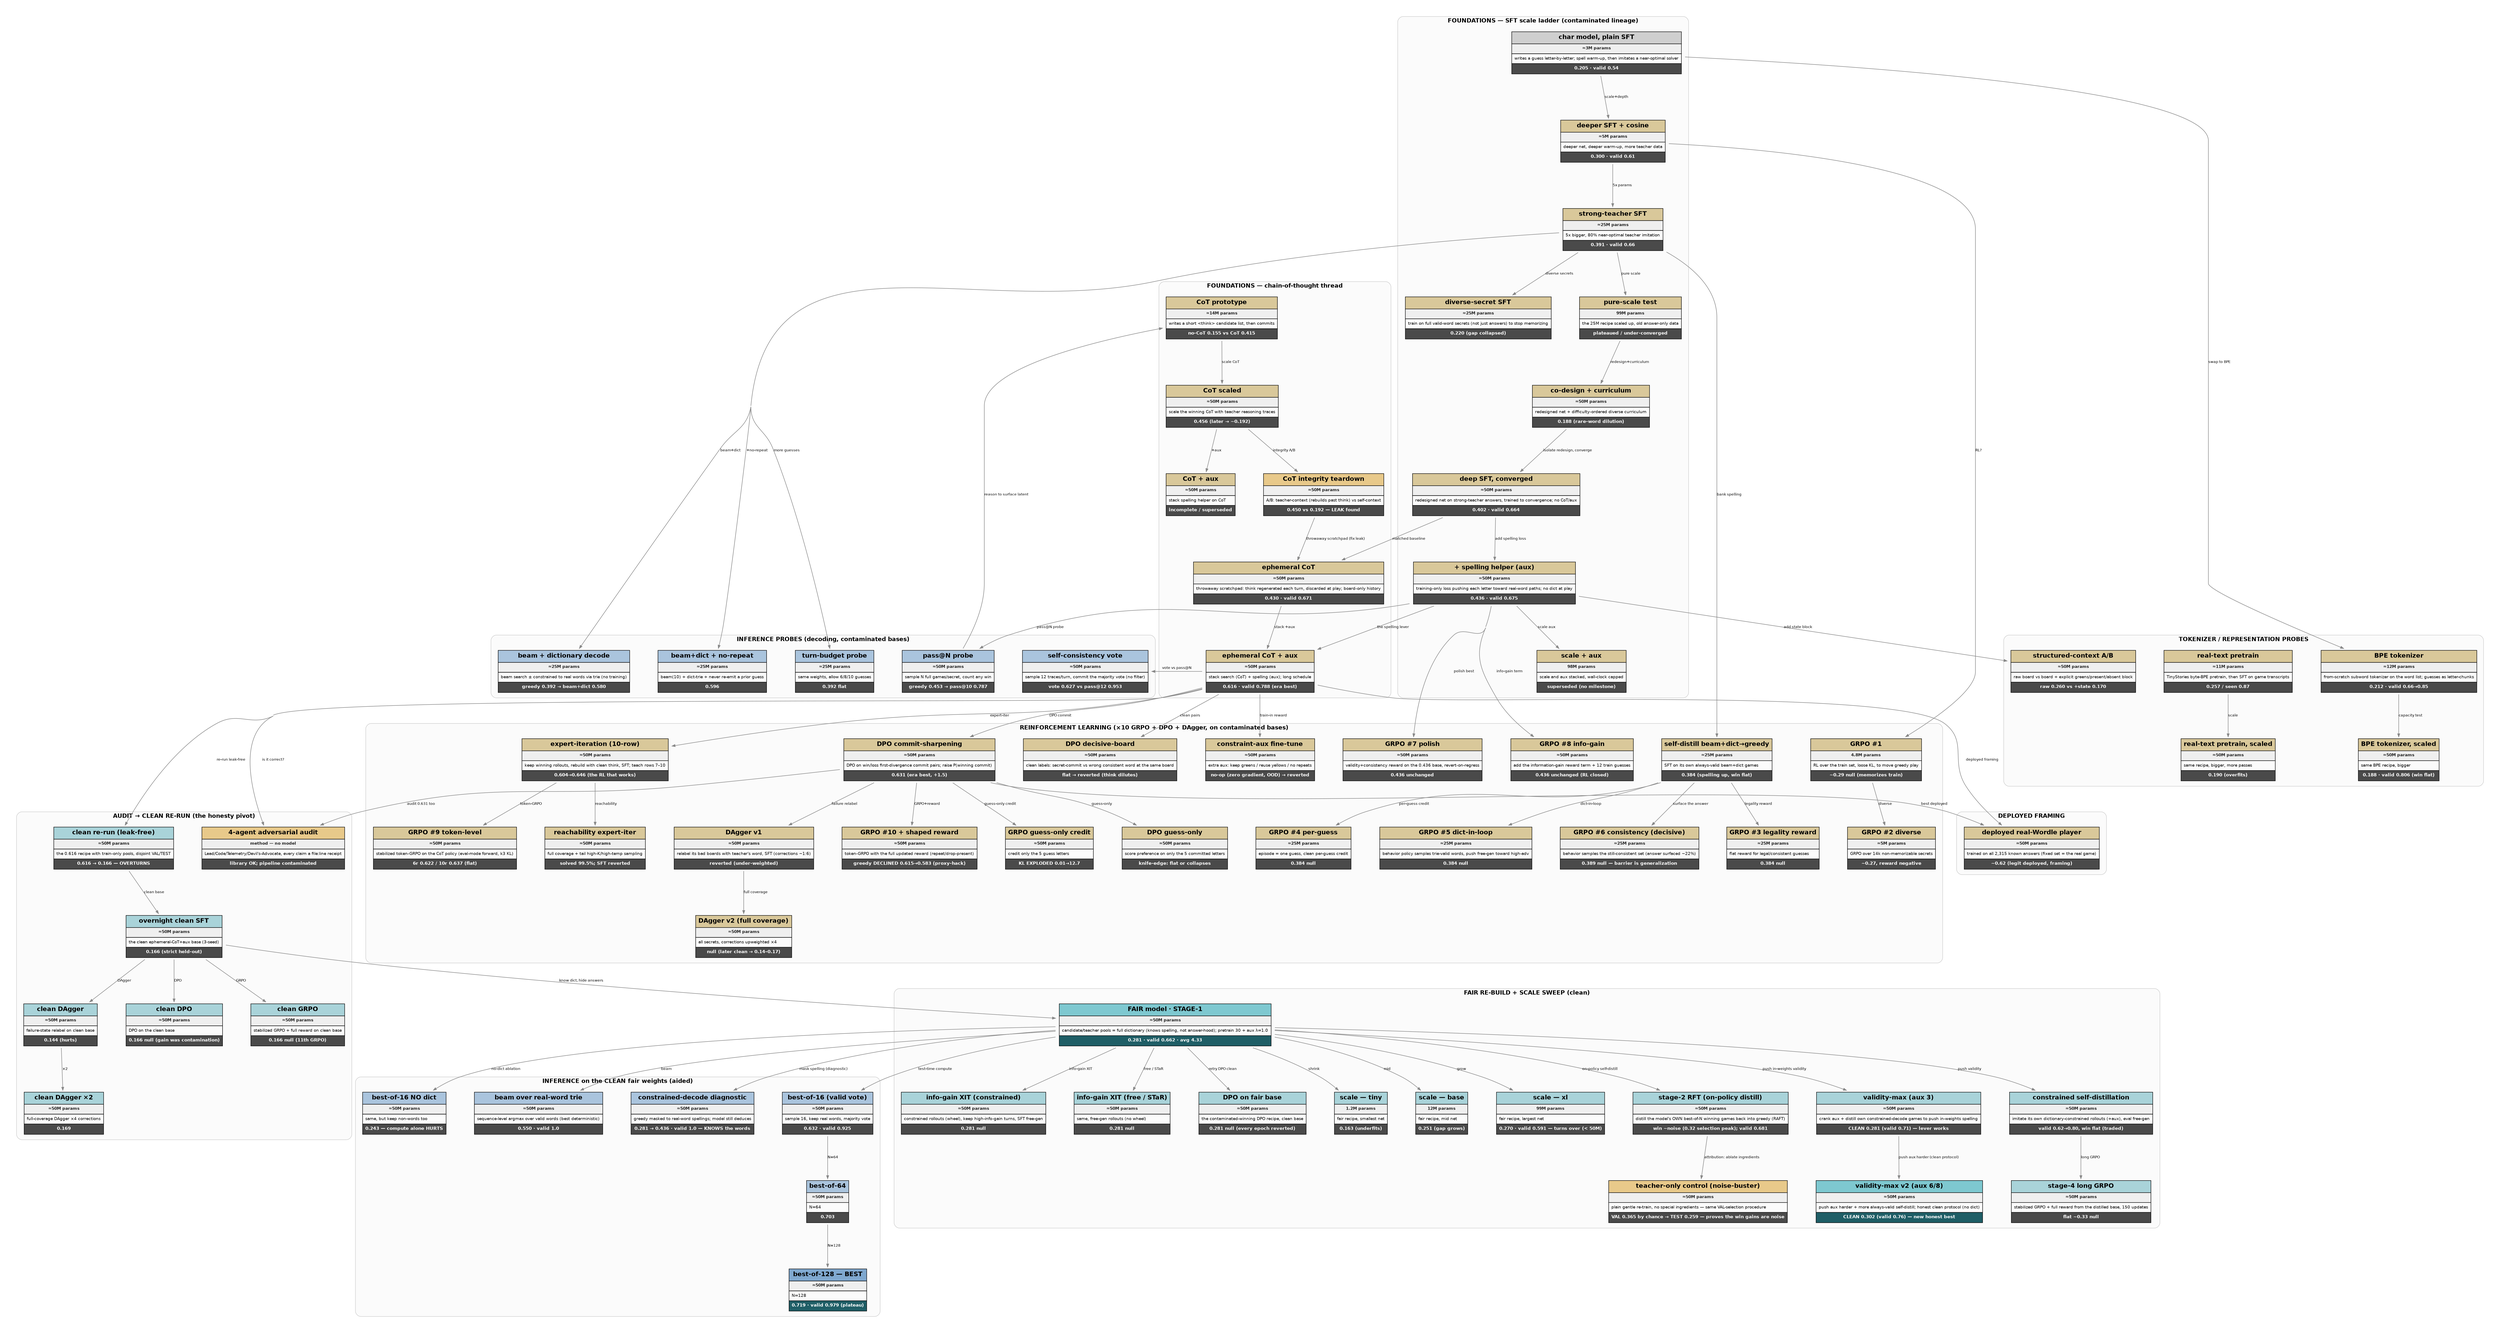
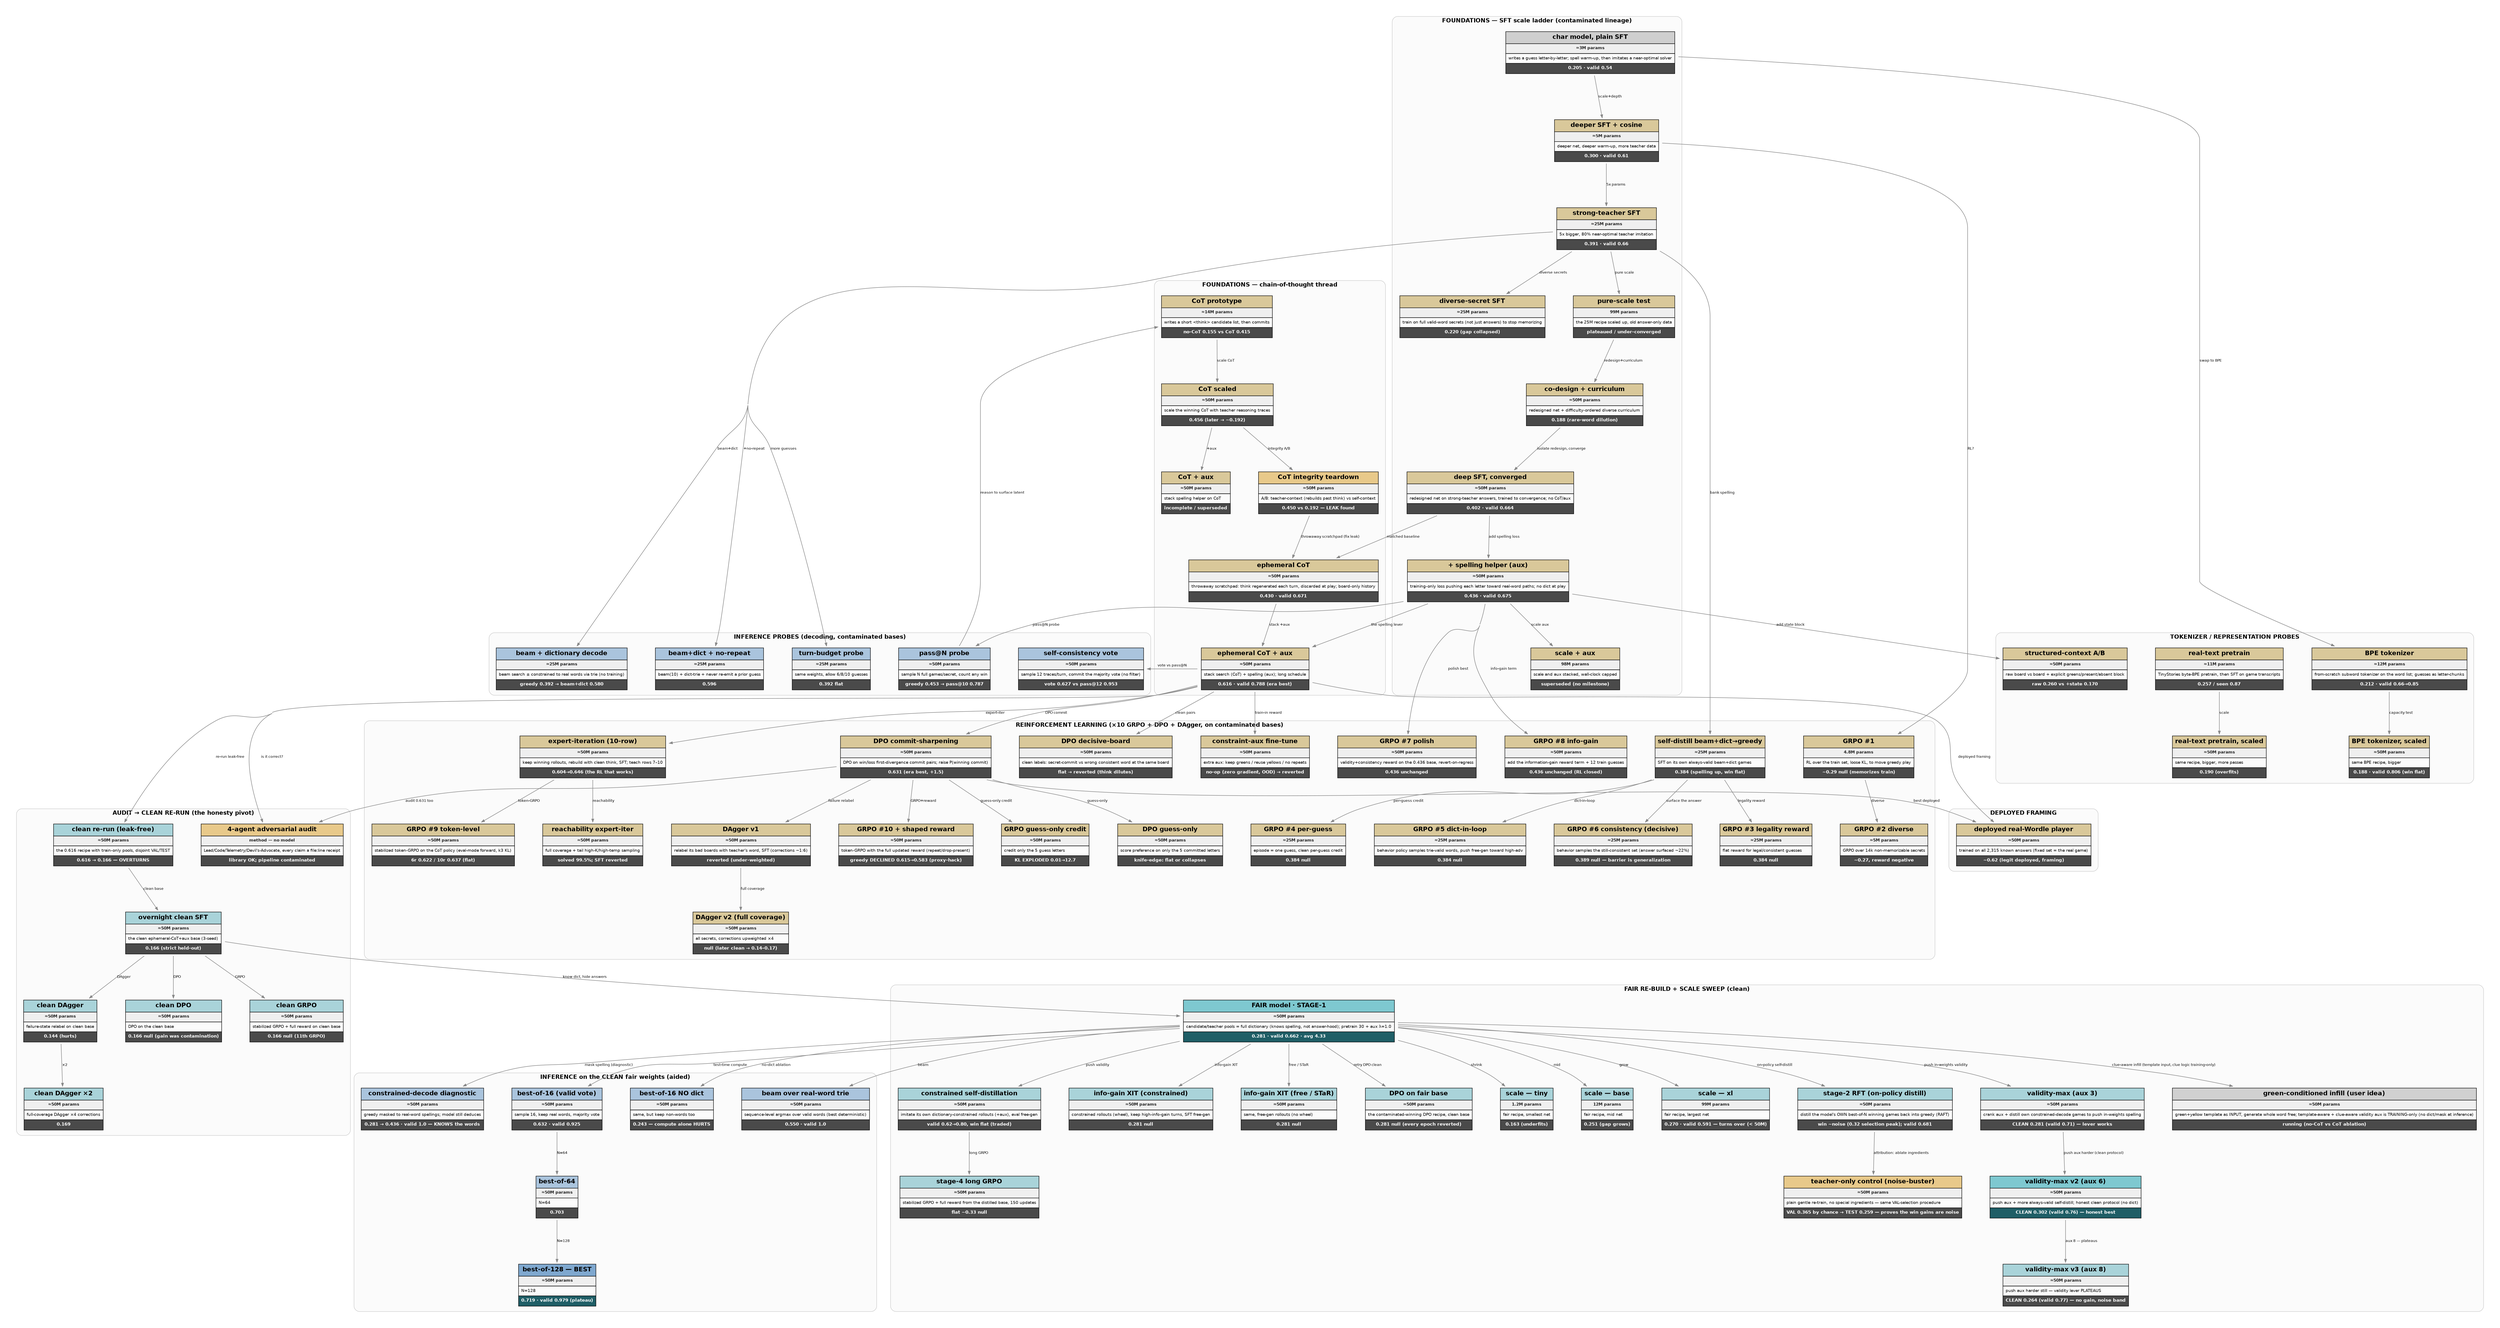
digraph experiments {
  rankdir=TB; bgcolor="white";
  graph [fontname="Helvetica", ranksep=1.2, nodesep=0.65, fontsize=13, concentrate=true, splines=spline, pad=0.4];
  node [shape=plaintext, fontname="Helvetica"];
  edge [fontname="Helvetica", fontsize=8, color="#888888", penwidth=1.1, arrowsize=0.7];
  subgraph cluster_found { label=<<B>FOUNDATIONS — SFT scale ladder (contaminated lineage)</B>>; fontsize=13; color="#cccccc"; style="rounded"; bgcolor="#fbfbfb";
    sft_3m [label=<<TABLE BORDER="0" CELLBORDER="1" CELLSPACING="0" CELLPADDING="5"><TR><TD BGCOLOR="#cfcfcf"><B>char model, plain SFT</B></TD></TR><TR><TD BGCOLOR="#efefef"><FONT POINT-SIZE="9" COLOR="#222222"><B>≈3M params</B></FONT></TD></TR><TR><TD ALIGN="LEFT"><FONT POINT-SIZE="9">writes a guess letter-by-letter; spell warm-up, then imitates a near-optimal solver</FONT></TD></TR><TR><TD BGCOLOR="#4a4a4a"><FONT COLOR="white" POINT-SIZE="10"><B>0.205 · valid 0.54</B></FONT></TD></TR></TABLE>>];
    sft_5m [label=<<TABLE BORDER="0" CELLBORDER="1" CELLSPACING="0" CELLPADDING="5"><TR><TD BGCOLOR="#d9c89a"><B>deeper SFT + cosine</B></TD></TR><TR><TD BGCOLOR="#efefef"><FONT POINT-SIZE="9" COLOR="#222222"><B>≈5M params</B></FONT></TD></TR><TR><TD ALIGN="LEFT"><FONT POINT-SIZE="9">deeper net, deeper warm-up, more teacher data</FONT></TD></TR><TR><TD BGCOLOR="#4a4a4a"><FONT COLOR="white" POINT-SIZE="10"><B>0.300 · valid 0.61</B></FONT></TD></TR></TABLE>>];
    sft_25m [label=<<TABLE BORDER="0" CELLBORDER="1" CELLSPACING="0" CELLPADDING="5"><TR><TD BGCOLOR="#d9c89a"><B>strong-teacher SFT</B></TD></TR><TR><TD BGCOLOR="#efefef"><FONT POINT-SIZE="9" COLOR="#222222"><B>≈25M params</B></FONT></TD></TR><TR><TD ALIGN="LEFT"><FONT POINT-SIZE="9">5x bigger, 80% near-optimal teacher imitation</FONT></TD></TR><TR><TD BGCOLOR="#4a4a4a"><FONT COLOR="white" POINT-SIZE="10"><B>0.391 · valid 0.66</B></FONT></TD></TR></TABLE>>];
    sft_25m_div [label=<<TABLE BORDER="0" CELLBORDER="1" CELLSPACING="0" CELLPADDING="5"><TR><TD BGCOLOR="#d9c89a"><B>diverse-secret SFT</B></TD></TR><TR><TD BGCOLOR="#efefef"><FONT POINT-SIZE="9" COLOR="#222222"><B>≈25M params</B></FONT></TD></TR><TR><TD ALIGN="LEFT"><FONT POINT-SIZE="9">train on full valid-word secrets (not just answers) to stop memorizing</FONT></TD></TR><TR><TD BGCOLOR="#4a4a4a"><FONT COLOR="white" POINT-SIZE="10"><B>0.220 (gap collapsed)</B></FONT></TD></TR></TABLE>>];
    scale_99m [label=<<TABLE BORDER="0" CELLBORDER="1" CELLSPACING="0" CELLPADDING="5"><TR><TD BGCOLOR="#d9c89a"><B>pure-scale test</B></TD></TR><TR><TD BGCOLOR="#efefef"><FONT POINT-SIZE="9" COLOR="#222222"><B>99M params</B></FONT></TD></TR><TR><TD ALIGN="LEFT"><FONT POINT-SIZE="9">the 25M recipe scaled up, old answer-only data</FONT></TD></TR><TR><TD BGCOLOR="#4a4a4a"><FONT COLOR="white" POINT-SIZE="10"><B>plateaued / under-converged</B></FONT></TD></TR></TABLE>>];
    codesign_50m [label=<<TABLE BORDER="0" CELLBORDER="1" CELLSPACING="0" CELLPADDING="5"><TR><TD BGCOLOR="#d9c89a"><B>co-design + curriculum</B></TD></TR><TR><TD BGCOLOR="#efefef"><FONT POINT-SIZE="9" COLOR="#222222"><B>≈50M params</B></FONT></TD></TR><TR><TD ALIGN="LEFT"><FONT POINT-SIZE="9">redesigned net + difficulty-ordered diverse curriculum</FONT></TD></TR><TR><TD BGCOLOR="#4a4a4a"><FONT COLOR="white" POINT-SIZE="10"><B>0.188 (rare-word dilution)</B></FONT></TD></TR></TABLE>>];
    sft_deep [label=<<TABLE BORDER="0" CELLBORDER="1" CELLSPACING="0" CELLPADDING="5"><TR><TD BGCOLOR="#d9c89a"><B>deep SFT, converged</B></TD></TR><TR><TD BGCOLOR="#efefef"><FONT POINT-SIZE="9" COLOR="#222222"><B>≈50M params</B></FONT></TD></TR><TR><TD ALIGN="LEFT"><FONT POINT-SIZE="9">redesigned net on strong-teacher answers, trained to convergence; no CoT/aux</FONT></TD></TR><TR><TD BGCOLOR="#4a4a4a"><FONT COLOR="white" POINT-SIZE="10"><B>0.402 · valid 0.664</B></FONT></TD></TR></TABLE>>];
    sft_aux [label=<<TABLE BORDER="0" CELLBORDER="1" CELLSPACING="0" CELLPADDING="5"><TR><TD BGCOLOR="#d9c89a"><B>+ spelling helper (aux)</B></TD></TR><TR><TD BGCOLOR="#efefef"><FONT POINT-SIZE="9" COLOR="#222222"><B>≈50M params</B></FONT></TD></TR><TR><TD ALIGN="LEFT"><FONT POINT-SIZE="9">training-only loss pushing each letter toward real-word paths; no dict at play</FONT></TD></TR><TR><TD BGCOLOR="#4a4a4a"><FONT COLOR="white" POINT-SIZE="10"><B>0.436 · valid 0.675</B></FONT></TD></TR></TABLE>>];
    sft_aux_xl [label=<<TABLE BORDER="0" CELLBORDER="1" CELLSPACING="0" CELLPADDING="5"><TR><TD BGCOLOR="#d9c89a"><B>scale + aux</B></TD></TR><TR><TD BGCOLOR="#efefef"><FONT POINT-SIZE="9" COLOR="#222222"><B>98M params</B></FONT></TD></TR><TR><TD ALIGN="LEFT"><FONT POINT-SIZE="9">scale and aux stacked, wall-clock capped</FONT></TD></TR><TR><TD BGCOLOR="#4a4a4a"><FONT COLOR="white" POINT-SIZE="10"><B>superseded (no milestone)</B></FONT></TD></TR></TABLE>>];
  }
  subgraph cluster_cot { label=<<B>FOUNDATIONS — chain-of-thought thread</B>>; fontsize=13; color="#cccccc"; style="rounded"; bgcolor="#fbfbfb";
    cot_14m [label=<<TABLE BORDER="0" CELLBORDER="1" CELLSPACING="0" CELLPADDING="5"><TR><TD BGCOLOR="#d9c89a"><B>CoT prototype</B></TD></TR><TR><TD BGCOLOR="#efefef"><FONT POINT-SIZE="9" COLOR="#222222"><B>≈14M params</B></FONT></TD></TR><TR><TD ALIGN="LEFT"><FONT POINT-SIZE="9">writes a short &lt;think&gt; candidate list, then commits</FONT></TD></TR><TR><TD BGCOLOR="#4a4a4a"><FONT COLOR="white" POINT-SIZE="10"><B>no-CoT 0.155 vs CoT 0.415</B></FONT></TD></TR></TABLE>>];
    cot_50m [label=<<TABLE BORDER="0" CELLBORDER="1" CELLSPACING="0" CELLPADDING="5"><TR><TD BGCOLOR="#d9c89a"><B>CoT scaled</B></TD></TR><TR><TD BGCOLOR="#efefef"><FONT POINT-SIZE="9" COLOR="#222222"><B>≈50M params</B></FONT></TD></TR><TR><TD ALIGN="LEFT"><FONT POINT-SIZE="9">scale the winning CoT with teacher reasoning traces</FONT></TD></TR><TR><TD BGCOLOR="#4a4a4a"><FONT COLOR="white" POINT-SIZE="10"><B>0.456 (later → ~0.192)</B></FONT></TD></TR></TABLE>>];
    cot_50m_aux [label=<<TABLE BORDER="0" CELLBORDER="1" CELLSPACING="0" CELLPADDING="5"><TR><TD BGCOLOR="#d9c89a"><B>CoT + aux</B></TD></TR><TR><TD BGCOLOR="#efefef"><FONT POINT-SIZE="9" COLOR="#222222"><B>≈50M params</B></FONT></TD></TR><TR><TD ALIGN="LEFT"><FONT POINT-SIZE="9">stack spelling helper on CoT</FONT></TD></TR><TR><TD BGCOLOR="#4a4a4a"><FONT COLOR="white" POINT-SIZE="10"><B>incomplete / superseded</B></FONT></TD></TR></TABLE>>];
    cot_show [label=<<TABLE BORDER="0" CELLBORDER="1" CELLSPACING="0" CELLPADDING="5"><TR><TD BGCOLOR="#e8c98a"><B>CoT integrity teardown</B></TD></TR><TR><TD BGCOLOR="#efefef"><FONT POINT-SIZE="9" COLOR="#222222"><B>≈50M params</B></FONT></TD></TR><TR><TD ALIGN="LEFT"><FONT POINT-SIZE="9">A/B: teacher-context (rebuilds past think) vs self-context</FONT></TD></TR><TR><TD BGCOLOR="#4a4a4a"><FONT COLOR="white" POINT-SIZE="10"><B>0.450 vs 0.192 — LEAK found</B></FONT></TD></TR></TABLE>>];
    cot_eph [label=<<TABLE BORDER="0" CELLBORDER="1" CELLSPACING="0" CELLPADDING="5"><TR><TD BGCOLOR="#d9c89a"><B>ephemeral CoT</B></TD></TR><TR><TD BGCOLOR="#efefef"><FONT POINT-SIZE="9" COLOR="#222222"><B>≈50M params</B></FONT></TD></TR><TR><TD ALIGN="LEFT"><FONT POINT-SIZE="9">throwaway scratchpad: think regenerated each turn, discarded at play; board-only history</FONT></TD></TR><TR><TD BGCOLOR="#4a4a4a"><FONT COLOR="white" POINT-SIZE="10"><B>0.430 · valid 0.671</B></FONT></TD></TR></TABLE>>];
    cot_eph_aux [label=<<TABLE BORDER="0" CELLBORDER="1" CELLSPACING="0" CELLPADDING="5"><TR><TD BGCOLOR="#d9c89a"><B>ephemeral CoT + aux</B></TD></TR><TR><TD BGCOLOR="#efefef"><FONT POINT-SIZE="9" COLOR="#222222"><B>≈50M params</B></FONT></TD></TR><TR><TD ALIGN="LEFT"><FONT POINT-SIZE="9">stack search (CoT) + spelling (aux); long schedule</FONT></TD></TR><TR><TD BGCOLOR="#4a4a4a"><FONT COLOR="white" POINT-SIZE="10"><B>0.616 · valid 0.788 (era best)</B></FONT></TD></TR></TABLE>>];
  }
  subgraph cluster_val { label=<<B>TOKENIZER / REPRESENTATION PROBES</B>>; fontsize=13; color="#cccccc"; style="rounded"; bgcolor="#fbfbfb";
    bpe_12m [label=<<TABLE BORDER="0" CELLBORDER="1" CELLSPACING="0" CELLPADDING="5"><TR><TD BGCOLOR="#d9c89a"><B>BPE tokenizer</B></TD></TR><TR><TD BGCOLOR="#efefef"><FONT POINT-SIZE="9" COLOR="#222222"><B>≈12M params</B></FONT></TD></TR><TR><TD ALIGN="LEFT"><FONT POINT-SIZE="9">from-scratch subword tokenizer on the word list; guesses as letter-chunks</FONT></TD></TR><TR><TD BGCOLOR="#4a4a4a"><FONT COLOR="white" POINT-SIZE="10"><B>0.212 · valid 0.66→0.85</B></FONT></TD></TR></TABLE>>];
    bpe_50m [label=<<TABLE BORDER="0" CELLBORDER="1" CELLSPACING="0" CELLPADDING="5"><TR><TD BGCOLOR="#d9c89a"><B>BPE tokenizer, scaled</B></TD></TR><TR><TD BGCOLOR="#efefef"><FONT POINT-SIZE="9" COLOR="#222222"><B>≈50M params</B></FONT></TD></TR><TR><TD ALIGN="LEFT"><FONT POINT-SIZE="9">same BPE recipe, bigger</FONT></TD></TR><TR><TD BGCOLOR="#4a4a4a"><FONT COLOR="white" POINT-SIZE="10"><B>0.188 · valid 0.806 (win flat)</B></FONT></TD></TR></TABLE>>];
    oreo_11m [label=<<TABLE BORDER="0" CELLBORDER="1" CELLSPACING="0" CELLPADDING="5"><TR><TD BGCOLOR="#d9c89a"><B>real-text pretrain</B></TD></TR><TR><TD BGCOLOR="#efefef"><FONT POINT-SIZE="9" COLOR="#222222"><B>≈11M params</B></FONT></TD></TR><TR><TD ALIGN="LEFT"><FONT POINT-SIZE="9">TinyStories byte-BPE pretrain, then SFT on game transcripts</FONT></TD></TR><TR><TD BGCOLOR="#4a4a4a"><FONT COLOR="white" POINT-SIZE="10"><B>0.257 / seen 0.87</B></FONT></TD></TR></TABLE>>];
    oreo_50m [label=<<TABLE BORDER="0" CELLBORDER="1" CELLSPACING="0" CELLPADDING="5"><TR><TD BGCOLOR="#d9c89a"><B>real-text pretrain, scaled</B></TD></TR><TR><TD BGCOLOR="#efefef"><FONT POINT-SIZE="9" COLOR="#222222"><B>≈50M params</B></FONT></TD></TR><TR><TD ALIGN="LEFT"><FONT POINT-SIZE="9">same recipe, bigger, more passes</FONT></TD></TR><TR><TD BGCOLOR="#4a4a4a"><FONT COLOR="white" POINT-SIZE="10"><B>0.190 (overfits)</B></FONT></TD></TR></TABLE>>];
    structured_ctx [label=<<TABLE BORDER="0" CELLBORDER="1" CELLSPACING="0" CELLPADDING="5"><TR><TD BGCOLOR="#d9c89a"><B>structured-context A/B</B></TD></TR><TR><TD BGCOLOR="#efefef"><FONT POINT-SIZE="9" COLOR="#222222"><B>≈50M params</B></FONT></TD></TR><TR><TD ALIGN="LEFT"><FONT POINT-SIZE="9">raw board vs board + explicit greens/present/absent block</FONT></TD></TR><TR><TD BGCOLOR="#4a4a4a"><FONT COLOR="white" POINT-SIZE="10"><B>raw 0.260 vs +state 0.170</B></FONT></TD></TR></TABLE>>];
  }
  subgraph cluster_rl { label=<<B>REINFORCEMENT LEARNING (×10 GRPO + DPO + DAgger, on contaminated bases)</B>>; fontsize=13; color="#cccccc"; style="rounded"; bgcolor="#fbfbfb";
    grpo_5m [label=<<TABLE BORDER="0" CELLBORDER="1" CELLSPACING="0" CELLPADDING="5"><TR><TD BGCOLOR="#d9c89a"><B>GRPO #1</B></TD></TR><TR><TD BGCOLOR="#efefef"><FONT POINT-SIZE="9" COLOR="#222222"><B>4.8M params</B></FONT></TD></TR><TR><TD ALIGN="LEFT"><FONT POINT-SIZE="9">RL over the train set, loose KL, to move greedy play</FONT></TD></TR><TR><TD BGCOLOR="#4a4a4a"><FONT COLOR="white" POINT-SIZE="10"><B>~0.29 null (memorizes train)</B></FONT></TD></TR></TABLE>>];
    grpo_5m_div [label=<<TABLE BORDER="0" CELLBORDER="1" CELLSPACING="0" CELLPADDING="5"><TR><TD BGCOLOR="#d9c89a"><B>GRPO #2 diverse</B></TD></TR><TR><TD BGCOLOR="#efefef"><FONT POINT-SIZE="9" COLOR="#222222"><B>≈5M params</B></FONT></TD></TR><TR><TD ALIGN="LEFT"><FONT POINT-SIZE="9">GRPO over 14k non-memorizable secrets</FONT></TD></TR><TR><TD BGCOLOR="#4a4a4a"><FONT COLOR="white" POINT-SIZE="10"><B>~0.27, reward negative</B></FONT></TD></TR></TABLE>>];
    self_distill_25m [label=<<TABLE BORDER="0" CELLBORDER="1" CELLSPACING="0" CELLPADDING="5"><TR><TD BGCOLOR="#d9c89a"><B>self-distill beam+dict→greedy</B></TD></TR><TR><TD BGCOLOR="#efefef"><FONT POINT-SIZE="9" COLOR="#222222"><B>≈25M params</B></FONT></TD></TR><TR><TD ALIGN="LEFT"><FONT POINT-SIZE="9">SFT on its own always-valid beam+dict games</FONT></TD></TR><TR><TD BGCOLOR="#4a4a4a"><FONT COLOR="white" POINT-SIZE="10"><B>0.384 (spelling up, win flat)</B></FONT></TD></TR></TABLE>>];
    rl_consistency [label=<<TABLE BORDER="0" CELLBORDER="1" CELLSPACING="0" CELLPADDING="5"><TR><TD BGCOLOR="#d9c89a"><B>GRPO #3 legality reward</B></TD></TR><TR><TD BGCOLOR="#efefef"><FONT POINT-SIZE="9" COLOR="#222222"><B>≈25M params</B></FONT></TD></TR><TR><TD ALIGN="LEFT"><FONT POINT-SIZE="9">flat reward for legal/consistent guesses</FONT></TD></TR><TR><TD BGCOLOR="#4a4a4a"><FONT COLOR="white" POINT-SIZE="10"><B>0.384 null</B></FONT></TD></TR></TABLE>>];
    rl_perguess [label=<<TABLE BORDER="0" CELLBORDER="1" CELLSPACING="0" CELLPADDING="5"><TR><TD BGCOLOR="#d9c89a"><B>GRPO #4 per-guess</B></TD></TR><TR><TD BGCOLOR="#efefef"><FONT POINT-SIZE="9" COLOR="#222222"><B>≈25M params</B></FONT></TD></TR><TR><TD ALIGN="LEFT"><FONT POINT-SIZE="9">episode = one guess, clean per-guess credit</FONT></TD></TR><TR><TD BGCOLOR="#4a4a4a"><FONT COLOR="white" POINT-SIZE="10"><B>0.384 null</B></FONT></TD></TR></TABLE>>];
    rl_dict [label=<<TABLE BORDER="0" CELLBORDER="1" CELLSPACING="0" CELLPADDING="5"><TR><TD BGCOLOR="#d9c89a"><B>GRPO #5 dict-in-loop</B></TD></TR><TR><TD BGCOLOR="#efefef"><FONT POINT-SIZE="9" COLOR="#222222"><B>≈25M params</B></FONT></TD></TR><TR><TD ALIGN="LEFT"><FONT POINT-SIZE="9">behavior policy samples trie-valid words, push free-gen toward high-adv</FONT></TD></TR><TR><TD BGCOLOR="#4a4a4a"><FONT COLOR="white" POINT-SIZE="10"><B>0.384 null</B></FONT></TD></TR></TABLE>>];
    rl_constrained [label=<<TABLE BORDER="0" CELLBORDER="1" CELLSPACING="0" CELLPADDING="5"><TR><TD BGCOLOR="#d9c89a"><B>GRPO #6 consistency (decisive)</B></TD></TR><TR><TD BGCOLOR="#efefef"><FONT POINT-SIZE="9" COLOR="#222222"><B>≈25M params</B></FONT></TD></TR><TR><TD ALIGN="LEFT"><FONT POINT-SIZE="9">behavior samples the still-consistent set (answer surfaced ~22%)</FONT></TD></TR><TR><TD BGCOLOR="#4a4a4a"><FONT COLOR="white" POINT-SIZE="10"><B>0.389 null — barrier is generalization</B></FONT></TD></TR></TABLE>>];
    rl_polish [label=<<TABLE BORDER="0" CELLBORDER="1" CELLSPACING="0" CELLPADDING="5"><TR><TD BGCOLOR="#d9c89a"><B>GRPO #7 polish</B></TD></TR><TR><TD BGCOLOR="#efefef"><FONT POINT-SIZE="9" COLOR="#222222"><B>≈50M params</B></FONT></TD></TR><TR><TD ALIGN="LEFT"><FONT POINT-SIZE="9">validity+consistency reward on the 0.436 base, revert-on-regress</FONT></TD></TR><TR><TD BGCOLOR="#4a4a4a"><FONT COLOR="white" POINT-SIZE="10"><B>0.436 unchanged</B></FONT></TD></TR></TABLE>>];
    rl_infogain [label=<<TABLE BORDER="0" CELLBORDER="1" CELLSPACING="0" CELLPADDING="5"><TR><TD BGCOLOR="#d9c89a"><B>GRPO #8 info-gain</B></TD></TR><TR><TD BGCOLOR="#efefef"><FONT POINT-SIZE="9" COLOR="#222222"><B>≈50M params</B></FONT></TD></TR><TR><TD ALIGN="LEFT"><FONT POINT-SIZE="9">add the information-gain reward term + 12 train guesses</FONT></TD></TR><TR><TD BGCOLOR="#4a4a4a"><FONT COLOR="white" POINT-SIZE="10"><B>0.436 unchanged (RL closed)</B></FONT></TD></TR></TABLE>>];
    rl_expert_10row [label=<<TABLE BORDER="0" CELLBORDER="1" CELLSPACING="0" CELLPADDING="5"><TR><TD BGCOLOR="#d9c89a"><B>expert-iteration (10-row)</B></TD></TR><TR><TD BGCOLOR="#efefef"><FONT POINT-SIZE="9" COLOR="#222222"><B>≈50M params</B></FONT></TD></TR><TR><TD ALIGN="LEFT"><FONT POINT-SIZE="9">keep winning rollouts, rebuild with clean think, SFT; teach rows 7–10</FONT></TD></TR><TR><TD BGCOLOR="#4a4a4a"><FONT COLOR="white" POINT-SIZE="10"><B>0.604→0.646 (the RL that works)</B></FONT></TD></TR></TABLE>>];
    rl_expert_tail [label=<<TABLE BORDER="0" CELLBORDER="1" CELLSPACING="0" CELLPADDING="5"><TR><TD BGCOLOR="#d9c89a"><B>reachability expert-iter</B></TD></TR><TR><TD BGCOLOR="#efefef"><FONT POINT-SIZE="9" COLOR="#222222"><B>≈50M params</B></FONT></TD></TR><TR><TD ALIGN="LEFT"><FONT POINT-SIZE="9">full coverage + tail high-K/high-temp sampling</FONT></TD></TR><TR><TD BGCOLOR="#4a4a4a"><FONT COLOR="white" POINT-SIZE="10"><B>solved 99.5%; SFT reverted</B></FONT></TD></TR></TABLE>>];
    rl_grpo_polish [label=<<TABLE BORDER="0" CELLBORDER="1" CELLSPACING="0" CELLPADDING="5"><TR><TD BGCOLOR="#d9c89a"><B>GRPO #9 token-level</B></TD></TR><TR><TD BGCOLOR="#efefef"><FONT POINT-SIZE="9" COLOR="#222222"><B>≈50M params</B></FONT></TD></TR><TR><TD ALIGN="LEFT"><FONT POINT-SIZE="9">stabilized token-GRPO on the CoT policy (eval-mode forward, k3 KL)</FONT></TD></TR><TR><TD BGCOLOR="#4a4a4a"><FONT COLOR="white" POINT-SIZE="10"><B>6r 0.622 / 10r 0.637 (flat)</B></FONT></TD></TR></TABLE>>];
    dpo_commit [label=<<TABLE BORDER="0" CELLBORDER="1" CELLSPACING="0" CELLPADDING="5"><TR><TD BGCOLOR="#d9c89a"><B>DPO commit-sharpening</B></TD></TR><TR><TD BGCOLOR="#efefef"><FONT POINT-SIZE="9" COLOR="#222222"><B>≈50M params</B></FONT></TD></TR><TR><TD ALIGN="LEFT"><FONT POINT-SIZE="9">DPO on win/loss first-divergence commit pairs; raise P(winning commit)</FONT></TD></TR><TR><TD BGCOLOR="#4a4a4a"><FONT COLOR="white" POINT-SIZE="10"><B>0.631 (era best, +1.5)</B></FONT></TD></TR></TABLE>>];
    dpo_decisive [label=<<TABLE BORDER="0" CELLBORDER="1" CELLSPACING="0" CELLPADDING="5"><TR><TD BGCOLOR="#d9c89a"><B>DPO decisive-board</B></TD></TR><TR><TD BGCOLOR="#efefef"><FONT POINT-SIZE="9" COLOR="#222222"><B>≈50M params</B></FONT></TD></TR><TR><TD ALIGN="LEFT"><FONT POINT-SIZE="9">clean labels: secret-commit vs wrong consistent word at the same board</FONT></TD></TR><TR><TD BGCOLOR="#4a4a4a"><FONT COLOR="white" POINT-SIZE="10"><B>flat → reverted (think dilutes)</B></FONT></TD></TR></TABLE>>];
    dpo_guessonly [label=<<TABLE BORDER="0" CELLBORDER="1" CELLSPACING="0" CELLPADDING="5"><TR><TD BGCOLOR="#d9c89a"><B>DPO guess-only</B></TD></TR><TR><TD BGCOLOR="#efefef"><FONT POINT-SIZE="9" COLOR="#222222"><B>≈50M params</B></FONT></TD></TR><TR><TD ALIGN="LEFT"><FONT POINT-SIZE="9">score preference on only the 5 committed letters</FONT></TD></TR><TR><TD BGCOLOR="#4a4a4a"><FONT COLOR="white" POINT-SIZE="10"><B>knife-edge: flat or collapses</B></FONT></TD></TR></TABLE>>];
    constraint_aux [label=<<TABLE BORDER="0" CELLBORDER="1" CELLSPACING="0" CELLPADDING="5"><TR><TD BGCOLOR="#d9c89a"><B>constraint-aux fine-tune</B></TD></TR><TR><TD BGCOLOR="#efefef"><FONT POINT-SIZE="9" COLOR="#222222"><B>≈50M params</B></FONT></TD></TR><TR><TD ALIGN="LEFT"><FONT POINT-SIZE="9">extra aux: keep greens / reuse yellows / no repeats</FONT></TD></TR><TR><TD BGCOLOR="#4a4a4a"><FONT COLOR="white" POINT-SIZE="10"><B>no-op (zero gradient, OOD) → reverted</B></FONT></TD></TR></TABLE>>];
    dagger_v1 [label=<<TABLE BORDER="0" CELLBORDER="1" CELLSPACING="0" CELLPADDING="5"><TR><TD BGCOLOR="#d9c89a"><B>DAgger v1</B></TD></TR><TR><TD BGCOLOR="#efefef"><FONT POINT-SIZE="9" COLOR="#222222"><B>≈50M params</B></FONT></TD></TR><TR><TD ALIGN="LEFT"><FONT POINT-SIZE="9">relabel its bad boards with teacher's word, SFT (corrections ~1:6)</FONT></TD></TR><TR><TD BGCOLOR="#4a4a4a"><FONT COLOR="white" POINT-SIZE="10"><B>reverted (under-weighted)</B></FONT></TD></TR></TABLE>>];
    rl_grpo_reward [label=<<TABLE BORDER="0" CELLBORDER="1" CELLSPACING="0" CELLPADDING="5"><TR><TD BGCOLOR="#d9c89a"><B>GRPO #10 + shaped reward</B></TD></TR><TR><TD BGCOLOR="#efefef"><FONT POINT-SIZE="9" COLOR="#222222"><B>≈50M params</B></FONT></TD></TR><TR><TD ALIGN="LEFT"><FONT POINT-SIZE="9">token-GRPO with the full updated reward (repeat/drop-present)</FONT></TD></TR><TR><TD BGCOLOR="#4a4a4a"><FONT COLOR="white" POINT-SIZE="10"><B>greedy DECLINED 0.615→0.583 (proxy-hack)</B></FONT></TD></TR></TABLE>>];
    rl_grpo_guessonly [label=<<TABLE BORDER="0" CELLBORDER="1" CELLSPACING="0" CELLPADDING="5"><TR><TD BGCOLOR="#d9c89a"><B>GRPO guess-only credit</B></TD></TR><TR><TD BGCOLOR="#efefef"><FONT POINT-SIZE="9" COLOR="#222222"><B>≈50M params</B></FONT></TD></TR><TR><TD ALIGN="LEFT"><FONT POINT-SIZE="9">credit only the 5 guess letters</FONT></TD></TR><TR><TD BGCOLOR="#4a4a4a"><FONT COLOR="white" POINT-SIZE="10"><B>KL EXPLODED 0.01→12.7</B></FONT></TD></TR></TABLE>>];
    dagger_v2 [label=<<TABLE BORDER="0" CELLBORDER="1" CELLSPACING="0" CELLPADDING="5"><TR><TD BGCOLOR="#d9c89a"><B>DAgger v2 (full coverage)</B></TD></TR><TR><TD BGCOLOR="#efefef"><FONT POINT-SIZE="9" COLOR="#222222"><B>≈50M params</B></FONT></TD></TR><TR><TD ALIGN="LEFT"><FONT POINT-SIZE="9">all secrets, corrections upweighted ×4</FONT></TD></TR><TR><TD BGCOLOR="#4a4a4a"><FONT COLOR="white" POINT-SIZE="10"><B>null (later clean → 0.14–0.17)</B></FONT></TD></TR></TABLE>>];
  }
  subgraph cluster_audit { label=<<B>AUDIT → CLEAN RE-RUN (the honesty pivot)</B>>; fontsize=13; color="#cccccc"; style="rounded"; bgcolor="#fbfbfb";
    audit [label=<<TABLE BORDER="0" CELLBORDER="1" CELLSPACING="0" CELLPADDING="5"><TR><TD BGCOLOR="#e8c98a"><B>4-agent adversarial audit</B></TD></TR><TR><TD BGCOLOR="#efefef"><FONT POINT-SIZE="9" COLOR="#222222"><B>method — no model</B></FONT></TD></TR><TR><TD ALIGN="LEFT"><FONT POINT-SIZE="9">Lead/Code/Telemetry/Devil's-Advocate, every claim a file:line receipt</FONT></TD></TR><TR><TD BGCOLOR="#4a4a4a"><FONT COLOR="white" POINT-SIZE="10"><B>library OK; pipeline contaminated</B></FONT></TD></TR></TABLE>>];
    clean_rerun [label=<<TABLE BORDER="0" CELLBORDER="1" CELLSPACING="0" CELLPADDING="5"><TR><TD BGCOLOR="#a9d3d9"><B>clean re-run (leak-free)</B></TD></TR><TR><TD BGCOLOR="#efefef"><FONT POINT-SIZE="9" COLOR="#222222"><B>≈50M params</B></FONT></TD></TR><TR><TD ALIGN="LEFT"><FONT POINT-SIZE="9">the 0.616 recipe with train-only pools, disjoint VAL/TEST</FONT></TD></TR><TR><TD BGCOLOR="#4a4a4a"><FONT COLOR="white" POINT-SIZE="10"><B>0.616 → 0.166 — OVERTURNS</B></FONT></TD></TR></TABLE>>];
    overnight_clean_sft [label=<<TABLE BORDER="0" CELLBORDER="1" CELLSPACING="0" CELLPADDING="5"><TR><TD BGCOLOR="#a9d3d9"><B>overnight clean SFT</B></TD></TR><TR><TD BGCOLOR="#efefef"><FONT POINT-SIZE="9" COLOR="#222222"><B>≈50M params</B></FONT></TD></TR><TR><TD ALIGN="LEFT"><FONT POINT-SIZE="9">the clean ephemeral-CoT+aux base (3-seed)</FONT></TD></TR><TR><TD BGCOLOR="#4a4a4a"><FONT COLOR="white" POINT-SIZE="10"><B>0.166 (strict held-out)</B></FONT></TD></TR></TABLE>>];
    overnight_clean_dpo [label=<<TABLE BORDER="0" CELLBORDER="1" CELLSPACING="0" CELLPADDING="5"><TR><TD BGCOLOR="#a9d3d9"><B>clean DPO</B></TD></TR><TR><TD BGCOLOR="#efefef"><FONT POINT-SIZE="9" COLOR="#222222"><B>≈50M params</B></FONT></TD></TR><TR><TD ALIGN="LEFT"><FONT POINT-SIZE="9">DPO on the clean base</FONT></TD></TR><TR><TD BGCOLOR="#4a4a4a"><FONT COLOR="white" POINT-SIZE="10"><B>0.166 null (gain was contamination)</B></FONT></TD></TR></TABLE>>];
    overnight_clean_grpo [label=<<TABLE BORDER="0" CELLBORDER="1" CELLSPACING="0" CELLPADDING="5"><TR><TD BGCOLOR="#a9d3d9"><B>clean GRPO</B></TD></TR><TR><TD BGCOLOR="#efefef"><FONT POINT-SIZE="9" COLOR="#222222"><B>≈50M params</B></FONT></TD></TR><TR><TD ALIGN="LEFT"><FONT POINT-SIZE="9">stabilized GRPO + full reward on clean base</FONT></TD></TR><TR><TD BGCOLOR="#4a4a4a"><FONT COLOR="white" POINT-SIZE="10"><B>0.166 null (11th GRPO)</B></FONT></TD></TR></TABLE>>];
    overnight_clean_dagger [label=<<TABLE BORDER="0" CELLBORDER="1" CELLSPACING="0" CELLPADDING="5"><TR><TD BGCOLOR="#a9d3d9"><B>clean DAgger</B></TD></TR><TR><TD BGCOLOR="#efefef"><FONT POINT-SIZE="9" COLOR="#222222"><B>≈50M params</B></FONT></TD></TR><TR><TD ALIGN="LEFT"><FONT POINT-SIZE="9">failure-state relabel on clean base</FONT></TD></TR><TR><TD BGCOLOR="#4a4a4a"><FONT COLOR="white" POINT-SIZE="10"><B>0.144 (hurts)</B></FONT></TD></TR></TABLE>>];
    overnight_clean_dagger2 [label=<<TABLE BORDER="0" CELLBORDER="1" CELLSPACING="0" CELLPADDING="5"><TR><TD BGCOLOR="#a9d3d9"><B>clean DAgger ×2</B></TD></TR><TR><TD BGCOLOR="#efefef"><FONT POINT-SIZE="9" COLOR="#222222"><B>≈50M params</B></FONT></TD></TR><TR><TD ALIGN="LEFT"><FONT POINT-SIZE="9">full-coverage DAgger ×4 corrections</FONT></TD></TR><TR><TD BGCOLOR="#4a4a4a"><FONT COLOR="white" POINT-SIZE="10"><B>0.169</B></FONT></TD></TR></TABLE>>];
  }
  subgraph cluster_scale { label=<<B>FAIR RE-BUILD + SCALE SWEEP (clean)</B>>; fontsize=13; color="#cccccc"; style="rounded"; bgcolor="#fbfbfb";
    fair_stage1 [label=<<TABLE BORDER="0" CELLBORDER="1" CELLSPACING="0" CELLPADDING="5"><TR><TD BGCOLOR="#7ec8d0"><B>FAIR model · STAGE-1</B></TD></TR><TR><TD BGCOLOR="#efefef"><FONT POINT-SIZE="9" COLOR="#222222"><B>≈50M params</B></FONT></TD></TR><TR><TD ALIGN="LEFT"><FONT POINT-SIZE="9">candidate/teacher pools = full dictionary (knows spelling, not answer-hood); pretrain 30 + aux λ=1.0</FONT></TD></TR><TR><TD BGCOLOR="#1f5e66"><FONT COLOR="white" POINT-SIZE="10"><B>0.281 · valid 0.662 · avg 4.33</B></FONT></TD></TR></TABLE>>];
    distill_constrained [label=<<TABLE BORDER="0" CELLBORDER="1" CELLSPACING="0" CELLPADDING="5"><TR><TD BGCOLOR="#a9d3d9"><B>constrained self-distillation</B></TD></TR><TR><TD BGCOLOR="#efefef"><FONT POINT-SIZE="9" COLOR="#222222"><B>≈50M params</B></FONT></TD></TR><TR><TD ALIGN="LEFT"><FONT POINT-SIZE="9">imitate its own dictionary-constrained rollouts (+aux), eval free-gen</FONT></TD></TR><TR><TD BGCOLOR="#4a4a4a"><FONT COLOR="white" POINT-SIZE="10"><B>valid 0.62→0.80, win flat (traded)</B></FONT></TD></TR></TABLE>>];
    infogain_xit_c [label=<<TABLE BORDER="0" CELLBORDER="1" CELLSPACING="0" CELLPADDING="5"><TR><TD BGCOLOR="#a9d3d9"><B>info-gain XIT (constrained)</B></TD></TR><TR><TD BGCOLOR="#efefef"><FONT POINT-SIZE="9" COLOR="#222222"><B>≈50M params</B></FONT></TD></TR><TR><TD ALIGN="LEFT"><FONT POINT-SIZE="9">constrained rollouts (wheel), keep high-info-gain turns, SFT free-gen</FONT></TD></TR><TR><TD BGCOLOR="#4a4a4a"><FONT COLOR="white" POINT-SIZE="10"><B>0.281 null</B></FONT></TD></TR></TABLE>>];
    infogain_xit_f [label=<<TABLE BORDER="0" CELLBORDER="1" CELLSPACING="0" CELLPADDING="5"><TR><TD BGCOLOR="#a9d3d9"><B>info-gain XIT (free / STaR)</B></TD></TR><TR><TD BGCOLOR="#efefef"><FONT POINT-SIZE="9" COLOR="#222222"><B>≈50M params</B></FONT></TD></TR><TR><TD ALIGN="LEFT"><FONT POINT-SIZE="9">same, free-gen rollouts (no wheel)</FONT></TD></TR><TR><TD BGCOLOR="#4a4a4a"><FONT COLOR="white" POINT-SIZE="10"><B>0.281 null</B></FONT></TD></TR></TABLE>>];
    dpo_fair [label=<<TABLE BORDER="0" CELLBORDER="1" CELLSPACING="0" CELLPADDING="5"><TR><TD BGCOLOR="#a9d3d9"><B>DPO on fair base</B></TD></TR><TR><TD BGCOLOR="#efefef"><FONT POINT-SIZE="9" COLOR="#222222"><B>≈50M params</B></FONT></TD></TR><TR><TD ALIGN="LEFT"><FONT POINT-SIZE="9">the contaminated-winning DPO recipe, clean base</FONT></TD></TR><TR><TD BGCOLOR="#4a4a4a"><FONT COLOR="white" POINT-SIZE="10"><B>0.281 null (every epoch reverted)</B></FONT></TD></TR></TABLE>>];
    grpo_full_fair [label=<<TABLE BORDER="0" CELLBORDER="1" CELLSPACING="0" CELLPADDING="5"><TR><TD BGCOLOR="#a9d3d9"><B>stage-4 long GRPO</B></TD></TR><TR><TD BGCOLOR="#efefef"><FONT POINT-SIZE="9" COLOR="#222222"><B>≈50M params</B></FONT></TD></TR><TR><TD ALIGN="LEFT"><FONT POINT-SIZE="9">stabilized GRPO + full reward from the distilled base, 150 updates</FONT></TD></TR><TR><TD BGCOLOR="#4a4a4a"><FONT COLOR="white" POINT-SIZE="10"><B>flat ~0.33 null</B></FONT></TD></TR></TABLE>>];
    scale_tiny [label=<<TABLE BORDER="0" CELLBORDER="1" CELLSPACING="0" CELLPADDING="5"><TR><TD BGCOLOR="#a9d3d9"><B>scale — tiny</B></TD></TR><TR><TD BGCOLOR="#efefef"><FONT POINT-SIZE="9" COLOR="#222222"><B>1.2M params</B></FONT></TD></TR><TR><TD ALIGN="LEFT"><FONT POINT-SIZE="9">fair recipe, smallest net</FONT></TD></TR><TR><TD BGCOLOR="#4a4a4a"><FONT COLOR="white" POINT-SIZE="10"><B>0.163 (underfits)</B></FONT></TD></TR></TABLE>>];
    scale_base [label=<<TABLE BORDER="0" CELLBORDER="1" CELLSPACING="0" CELLPADDING="5"><TR><TD BGCOLOR="#a9d3d9"><B>scale — base</B></TD></TR><TR><TD BGCOLOR="#efefef"><FONT POINT-SIZE="9" COLOR="#222222"><B>12M params</B></FONT></TD></TR><TR><TD ALIGN="LEFT"><FONT POINT-SIZE="9">fair recipe, mid net</FONT></TD></TR><TR><TD BGCOLOR="#4a4a4a"><FONT COLOR="white" POINT-SIZE="10"><B>0.251 (gap grows)</B></FONT></TD></TR></TABLE>>];
    scale_xl [label=<<TABLE BORDER="0" CELLBORDER="1" CELLSPACING="0" CELLPADDING="5"><TR><TD BGCOLOR="#a9d3d9"><B>scale — xl</B></TD></TR><TR><TD BGCOLOR="#efefef"><FONT POINT-SIZE="9" COLOR="#222222"><B>99M params</B></FONT></TD></TR><TR><TD ALIGN="LEFT"><FONT POINT-SIZE="9">fair recipe, largest net</FONT></TD></TR><TR><TD BGCOLOR="#4a4a4a"><FONT COLOR="white" POINT-SIZE="10"><B>0.270 · valid 0.591 — turns over (&lt; 50M)</B></FONT></TD></TR></TABLE>>];
    rft_stage2 [label=<<TABLE BORDER="0" CELLBORDER="1" CELLSPACING="0" CELLPADDING="5"><TR><TD BGCOLOR="#a9d3d9"><B>stage-2 RFT (on-policy distill)</B></TD></TR><TR><TD BGCOLOR="#efefef"><FONT POINT-SIZE="9" COLOR="#222222"><B>≈50M params</B></FONT></TD></TR><TR><TD ALIGN="LEFT"><FONT POINT-SIZE="9">distill the model's OWN best-of-N winning games back into greedy (RAFT)</FONT></TD></TR><TR><TD BGCOLOR="#4a4a4a"><FONT COLOR="white" POINT-SIZE="10"><B>win ~noise (0.32 selection peak); valid 0.681</B></FONT></TD></TR></TABLE>>];
    validity_max [label=<<TABLE BORDER="0" CELLBORDER="1" CELLSPACING="0" CELLPADDING="5"><TR><TD BGCOLOR="#a9d3d9"><B>validity-max (aux 3)</B></TD></TR><TR><TD BGCOLOR="#efefef"><FONT POINT-SIZE="9" COLOR="#222222"><B>≈50M params</B></FONT></TD></TR><TR><TD ALIGN="LEFT"><FONT POINT-SIZE="9">crank aux + distill own constrained-decode games to push in-weights spelling</FONT></TD></TR><TR><TD BGCOLOR="#4a4a4a"><FONT COLOR="white" POINT-SIZE="10"><B>CLEAN 0.281 (valid 0.71) — lever works</B></FONT></TD></TR></TABLE>>];
-     validity_max_v2 [label=<<TABLE BORDER="0" CELLBORDER="1" CELLSPACING="0" CELLPADDING="5"><TR><TD BGCOLOR="#7ec8d0"><B>validity-max v2 (aux 6/8)</B></TD></TR><TR><TD BGCOLOR="#efefef"><FONT POINT-SIZE="9" COLOR="#222222"><B>≈50M params</B></FONT></TD></TR><TR><TD ALIGN="LEFT"><FONT POINT-SIZE="9">push aux harder + more always-valid self-distill; honest clean protocol (no dict)</FONT></TD></TR><TR><TD BGCOLOR="#1f5e66"><FONT COLOR="white" POINT-SIZE="10"><B>CLEAN 0.302 (valid 0.76) — new honest best</B></FONT></TD></TR></TABLE>>];
+     validity_max_v2 [label=<<TABLE BORDER="0" CELLBORDER="1" CELLSPACING="0" CELLPADDING="5"><TR><TD BGCOLOR="#7ec8d0"><B>validity-max v2 (aux 6)</B></TD></TR><TR><TD BGCOLOR="#efefef"><FONT POINT-SIZE="9" COLOR="#222222"><B>≈50M params</B></FONT></TD></TR><TR><TD ALIGN="LEFT"><FONT POINT-SIZE="9">push aux + more always-valid self-distill; honest clean protocol (no dict)</FONT></TD></TR><TR><TD BGCOLOR="#1f5e66"><FONT COLOR="white" POINT-SIZE="10"><B>CLEAN 0.302 (valid 0.76) — honest best</B></FONT></TD></TR></TABLE>>];
+     validity_max_v3 [label=<<TABLE BORDER="0" CELLBORDER="1" CELLSPACING="0" CELLPADDING="5"><TR><TD BGCOLOR="#a9d3d9"><B>validity-max v3 (aux 8)</B></TD></TR><TR><TD BGCOLOR="#efefef"><FONT POINT-SIZE="9" COLOR="#222222"><B>≈50M params</B></FONT></TD></TR><TR><TD ALIGN="LEFT"><FONT POINT-SIZE="9">push aux harder still — validity lever PLATEAUS</FONT></TD></TR><TR><TD BGCOLOR="#4a4a4a"><FONT COLOR="white" POINT-SIZE="10"><B>CLEAN 0.264 (valid 0.77) — no gain, noise band</B></FONT></TD></TR></TABLE>>];
+     infill [label=<<TABLE BORDER="0" CELLBORDER="1" CELLSPACING="0" CELLPADDING="5"><TR><TD BGCOLOR="#d0d0d0"><B>green-conditioned infill (user idea)</B></TD></TR><TR><TD BGCOLOR="#efefef"><FONT POINT-SIZE="9" COLOR="#222222"><B>≈50M params</B></FONT></TD></TR><TR><TD ALIGN="LEFT"><FONT POINT-SIZE="9">green+yellow template as INPUT, generate whole word free; template-aware + clue-aware validity aux is TRAINING-only (no dict/mask at inference)</FONT></TD></TR><TR><TD BGCOLOR="#4a4a4a"><FONT COLOR="white" POINT-SIZE="10"><B>running (no-CoT vs CoT ablation)</B></FONT></TD></TR></TABLE>>];
    control_teacher [label=<<TABLE BORDER="0" CELLBORDER="1" CELLSPACING="0" CELLPADDING="5"><TR><TD BGCOLOR="#e8c98a"><B>teacher-only control (noise-buster)</B></TD></TR><TR><TD BGCOLOR="#efefef"><FONT POINT-SIZE="9" COLOR="#222222"><B>≈50M params</B></FONT></TD></TR><TR><TD ALIGN="LEFT"><FONT POINT-SIZE="9">plain gentle re-train, no special ingredients — same VAL-selection procedure</FONT></TD></TR><TR><TD BGCOLOR="#4a4a4a"><FONT COLOR="white" POINT-SIZE="10"><B>VAL 0.365 by chance → TEST 0.259 — proves the win gains are noise</B></FONT></TD></TR></TABLE>>];
  }
  subgraph cluster_inf { label=<<B>INFERENCE PROBES (decoding, contaminated bases)</B>>; fontsize=13; color="#cccccc"; style="rounded"; bgcolor="#fbfbfb";
    beam_dict [label=<<TABLE BORDER="0" CELLBORDER="1" CELLSPACING="0" CELLPADDING="5"><TR><TD BGCOLOR="#aac4dd"><B>beam + dictionary decode</B></TD></TR><TR><TD BGCOLOR="#efefef"><FONT POINT-SIZE="9" COLOR="#222222"><B>≈25M params</B></FONT></TD></TR><TR><TD ALIGN="LEFT"><FONT POINT-SIZE="9">beam search ± constrained to real words via trie (no training)</FONT></TD></TR><TR><TD BGCOLOR="#4a4a4a"><FONT COLOR="white" POINT-SIZE="10"><B>greedy 0.392 → beam+dict 0.580</B></FONT></TD></TR></TABLE>>];
    norepeat_decode [label=<<TABLE BORDER="0" CELLBORDER="1" CELLSPACING="0" CELLPADDING="5"><TR><TD BGCOLOR="#aac4dd"><B>beam+dict + no-repeat</B></TD></TR><TR><TD BGCOLOR="#efefef"><FONT POINT-SIZE="9" COLOR="#222222"><B>≈25M params</B></FONT></TD></TR><TR><TD ALIGN="LEFT"><FONT POINT-SIZE="9">beam(10) + dict-trie + never re-emit a prior guess</FONT></TD></TR><TR><TD BGCOLOR="#4a4a4a"><FONT COLOR="white" POINT-SIZE="10"><B>0.596</B></FONT></TD></TR></TABLE>>];
    turn_budget [label=<<TABLE BORDER="0" CELLBORDER="1" CELLSPACING="0" CELLPADDING="5"><TR><TD BGCOLOR="#aac4dd"><B>turn-budget probe</B></TD></TR><TR><TD BGCOLOR="#efefef"><FONT POINT-SIZE="9" COLOR="#222222"><B>≈25M params</B></FONT></TD></TR><TR><TD ALIGN="LEFT"><FONT POINT-SIZE="9">same weights, allow 6/8/10 guesses</FONT></TD></TR><TR><TD BGCOLOR="#4a4a4a"><FONT COLOR="white" POINT-SIZE="10"><B>0.392 flat</B></FONT></TD></TR></TABLE>>];
    passk [label=<<TABLE BORDER="0" CELLBORDER="1" CELLSPACING="0" CELLPADDING="5"><TR><TD BGCOLOR="#aac4dd"><B>pass@N probe</B></TD></TR><TR><TD BGCOLOR="#efefef"><FONT POINT-SIZE="9" COLOR="#222222"><B>≈50M params</B></FONT></TD></TR><TR><TD ALIGN="LEFT"><FONT POINT-SIZE="9">sample N full games/secret, count any win</FONT></TD></TR><TR><TD BGCOLOR="#4a4a4a"><FONT COLOR="white" POINT-SIZE="10"><B>greedy 0.453 → pass@10 0.787</B></FONT></TD></TR></TABLE>>];
    self_consistency [label=<<TABLE BORDER="0" CELLBORDER="1" CELLSPACING="0" CELLPADDING="5"><TR><TD BGCOLOR="#aac4dd"><B>self-consistency vote</B></TD></TR><TR><TD BGCOLOR="#efefef"><FONT POINT-SIZE="9" COLOR="#222222"><B>≈50M params</B></FONT></TD></TR><TR><TD ALIGN="LEFT"><FONT POINT-SIZE="9">sample 12 traces/turn, commit the majority vote (no filter)</FONT></TD></TR><TR><TD BGCOLOR="#4a4a4a"><FONT COLOR="white" POINT-SIZE="10"><B>vote 0.627 vs pass@12 0.953</B></FONT></TD></TR></TABLE>>];
  }
  subgraph cluster_inf2 { label=<<B>INFERENCE on the CLEAN fair weights (aided)</B>>; fontsize=13; color="#cccccc"; style="rounded"; bgcolor="#fbfbfb";
    constrained_decode [label=<<TABLE BORDER="0" CELLBORDER="1" CELLSPACING="0" CELLPADDING="5"><TR><TD BGCOLOR="#aac4dd"><B>constrained-decode diagnostic</B></TD></TR><TR><TD BGCOLOR="#efefef"><FONT POINT-SIZE="9" COLOR="#222222"><B>≈50M params</B></FONT></TD></TR><TR><TD ALIGN="LEFT"><FONT POINT-SIZE="9">greedy masked to real-word spellings; model still deduces</FONT></TD></TR><TR><TD BGCOLOR="#4a4a4a"><FONT COLOR="white" POINT-SIZE="10"><B>0.281 → 0.436 · valid 1.0 — KNOWS the words</B></FONT></TD></TR></TABLE>>];
    bestof16 [label=<<TABLE BORDER="0" CELLBORDER="1" CELLSPACING="0" CELLPADDING="5"><TR><TD BGCOLOR="#aac4dd"><B>best-of-16 (valid vote)</B></TD></TR><TR><TD BGCOLOR="#efefef"><FONT POINT-SIZE="9" COLOR="#222222"><B>≈50M params</B></FONT></TD></TR><TR><TD ALIGN="LEFT"><FONT POINT-SIZE="9">sample 16, keep real words, majority vote</FONT></TD></TR><TR><TD BGCOLOR="#4a4a4a"><FONT COLOR="white" POINT-SIZE="10"><B>0.632 · valid 0.925</B></FONT></TD></TR></TABLE>>];
    bestof16_nodict [label=<<TABLE BORDER="0" CELLBORDER="1" CELLSPACING="0" CELLPADDING="5"><TR><TD BGCOLOR="#aac4dd"><B>best-of-16 NO dict</B></TD></TR><TR><TD BGCOLOR="#efefef"><FONT POINT-SIZE="9" COLOR="#222222"><B>≈50M params</B></FONT></TD></TR><TR><TD ALIGN="LEFT"><FONT POINT-SIZE="9">same, but keep non-words too</FONT></TD></TR><TR><TD BGCOLOR="#4a4a4a"><FONT COLOR="white" POINT-SIZE="10"><B>0.243 — compute alone HURTS</B></FONT></TD></TR></TABLE>>];
    bestof64 [label=<<TABLE BORDER="0" CELLBORDER="1" CELLSPACING="0" CELLPADDING="5"><TR><TD BGCOLOR="#aac4dd"><B>best-of-64</B></TD></TR><TR><TD BGCOLOR="#efefef"><FONT POINT-SIZE="9" COLOR="#222222"><B>≈50M params</B></FONT></TD></TR><TR><TD ALIGN="LEFT"><FONT POINT-SIZE="9">N=64</FONT></TD></TR><TR><TD BGCOLOR="#4a4a4a"><FONT COLOR="white" POINT-SIZE="10"><B>0.703</B></FONT></TD></TR></TABLE>>];
    bestof128 [label=<<TABLE BORDER="0" CELLBORDER="1" CELLSPACING="0" CELLPADDING="5"><TR><TD BGCOLOR="#7fa8cf"><B>best-of-128 — BEST</B></TD></TR><TR><TD BGCOLOR="#efefef"><FONT POINT-SIZE="9" COLOR="#222222"><B>≈50M params</B></FONT></TD></TR><TR><TD ALIGN="LEFT"><FONT POINT-SIZE="9">N=128</FONT></TD></TR><TR><TD BGCOLOR="#1f5e66"><FONT COLOR="white" POINT-SIZE="10"><B>0.719 · valid 0.979 (plateau)</B></FONT></TD></TR></TABLE>>];
    beam_trie [label=<<TABLE BORDER="0" CELLBORDER="1" CELLSPACING="0" CELLPADDING="5"><TR><TD BGCOLOR="#aac4dd"><B>beam over real-word trie</B></TD></TR><TR><TD BGCOLOR="#efefef"><FONT POINT-SIZE="9" COLOR="#222222"><B>≈50M params</B></FONT></TD></TR><TR><TD ALIGN="LEFT"><FONT POINT-SIZE="9">sequence-level argmax over valid words (best deterministic)</FONT></TD></TR><TR><TD BGCOLOR="#4a4a4a"><FONT COLOR="white" POINT-SIZE="10"><B>0.550 · valid 1.0</B></FONT></TD></TR></TABLE>>];
  }
  subgraph cluster_dep { label=<<B>DEPLOYED FRAMING</B>>; fontsize=13; color="#cccccc"; style="rounded"; bgcolor="#fbfbfb";
    deployed [label=<<TABLE BORDER="0" CELLBORDER="1" CELLSPACING="0" CELLPADDING="5"><TR><TD BGCOLOR="#d9c89a"><B>deployed real-Wordle player</B></TD></TR><TR><TD BGCOLOR="#efefef"><FONT POINT-SIZE="9" COLOR="#222222"><B>≈50M params</B></FONT></TD></TR><TR><TD ALIGN="LEFT"><FONT POINT-SIZE="9">trained on all 2,315 known answers (fixed set = the real game)</FONT></TD></TR><TR><TD BGCOLOR="#4a4a4a"><FONT COLOR="white" POINT-SIZE="10"><B>~0.62 (legit deployed, framing)</B></FONT></TD></TR></TABLE>>];
  }
  sft_3m -> sft_5m [label="scale+depth"];
  sft_5m -> sft_25m [label="5x params"];
  sft_25m -> sft_25m_div [label="diverse secrets"];
  sft_25m -> scale_99m [label="pure scale"];
  scale_99m -> codesign_50m [label="redesign+curriculum"];
  codesign_50m -> sft_deep [label="isolate redesign, converge"];
  sft_deep -> sft_aux [label="add spelling loss"];
  sft_aux -> sft_aux_xl [label="scale aux"];
  sft_3m -> bpe_12m [label="swap to BPE"];
  bpe_12m -> bpe_50m [label="capacity test"];
  oreo_11m -> oreo_50m [label="scale"];
  sft_aux -> structured_ctx [label="add state block"];
  sft_aux -> passk [label="pass@N probe"];
  sft_25m -> beam_dict [label="beam+dict"];
  sft_25m -> norepeat_decode [label="+no-repeat"];
  sft_25m -> turn_budget [label="more guesses"];
  passk -> cot_14m [label="reason to surface latent"];
  cot_14m -> cot_50m [label="scale CoT"];
  cot_50m -> cot_50m_aux [label="+aux"];
  cot_50m -> cot_show [label="integrity A/B"];
  cot_show -> cot_eph [label="throwaway scratchpad (fix leak)"];
  sft_deep -> cot_eph [label="matched baseline"];
  cot_eph -> cot_eph_aux [label="stack +aux"];
  sft_aux -> cot_eph_aux [label="the spelling lever"];
  sft_5m -> grpo_5m [label="RL?"];
  grpo_5m -> grpo_5m_div [label="diverse"];
  sft_25m -> self_distill_25m [label="bank spelling"];
  self_distill_25m -> rl_consistency [label="legality reward"];
  self_distill_25m -> rl_perguess [label="per-guess credit"];
  self_distill_25m -> rl_dict [label="dict-in-loop"];
  self_distill_25m -> rl_constrained [label="surface the answer"];
  sft_aux -> rl_polish [label="polish best"];
  sft_aux -> rl_infogain [label="info-gain term"];
  cot_eph_aux -> rl_expert_10row [label="expert-iter"];
  rl_expert_10row -> rl_expert_tail [label="reachability"];
  rl_expert_10row -> rl_grpo_polish [label="token-GRPO"];
  cot_eph_aux -> self_consistency [label="vote vs pass@N"];
  cot_eph_aux -> dpo_commit [label="DPO commit"];
  cot_eph_aux -> dpo_decisive [label="clean pairs"];
  dpo_commit -> dpo_guessonly [label="guess-only"];
  cot_eph_aux -> constraint_aux [label="train-in reward"];
  dpo_commit -> dagger_v1 [label="failure relabel"];
  dpo_commit -> rl_grpo_reward [label="GRPO+reward"];
  dpo_commit -> rl_grpo_guessonly [label="guess-only credit"];
  dagger_v1 -> dagger_v2 [label="full coverage"];
  cot_eph_aux -> audit [label="is it correct?"];
  dpo_commit -> audit [label="audit 0.631 too"];
  cot_eph_aux -> clean_rerun [label="re-run leak-free"];
  clean_rerun -> overnight_clean_sft [label="clean base"];
  overnight_clean_sft -> overnight_clean_dpo [label="DPO"];
  overnight_clean_sft -> overnight_clean_grpo [label="GRPO"];
  overnight_clean_sft -> overnight_clean_dagger [label="DAgger"];
  overnight_clean_dagger -> overnight_clean_dagger2 [label="×2"];
  overnight_clean_sft -> fair_stage1 [label="know dict, hide answers"];
  fair_stage1 -> distill_constrained [label="push validity"];
  fair_stage1 -> infogain_xit_c [label="info-gain XIT"];
  fair_stage1 -> infogain_xit_f [label="free / STaR"];
  fair_stage1 -> dpo_fair [label="retry DPO clean"];
  distill_constrained -> grpo_full_fair [label="long GRPO"];
  fair_stage1 -> scale_tiny [label="shrink"];
  fair_stage1 -> scale_base [label="mid"];
  fair_stage1 -> scale_xl [label="grow"];
  fair_stage1 -> rft_stage2 [label="on-policy self-distill"];
  fair_stage1 -> validity_max [label="push in-weights validity"];
  rft_stage2 -> control_teacher [label="attribution: ablate ingredients"];
  validity_max -> validity_max_v2 [label="push aux harder (clean protocol)"];
+   validity_max_v2 -> validity_max_v3 [label="aux 8 — plateaus"];
+   fair_stage1 -> infill [label="clue-aware infill (template input, clue logic training-only)"];
  fair_stage1 -> constrained_decode [label="mask spelling (diagnostic)"];
  fair_stage1 -> bestof16 [label="test-time compute"];
  fair_stage1 -> bestof16_nodict [label="no-dict ablation"];
  bestof16 -> bestof64 [label="N=64"];
  bestof64 -> bestof128 [label="N=128"];
  fair_stage1 -> beam_trie [label="beam"];
  cot_eph_aux -> deployed [label="deployed framing"];
  dpo_commit -> deployed [label="best deployed"];
}
